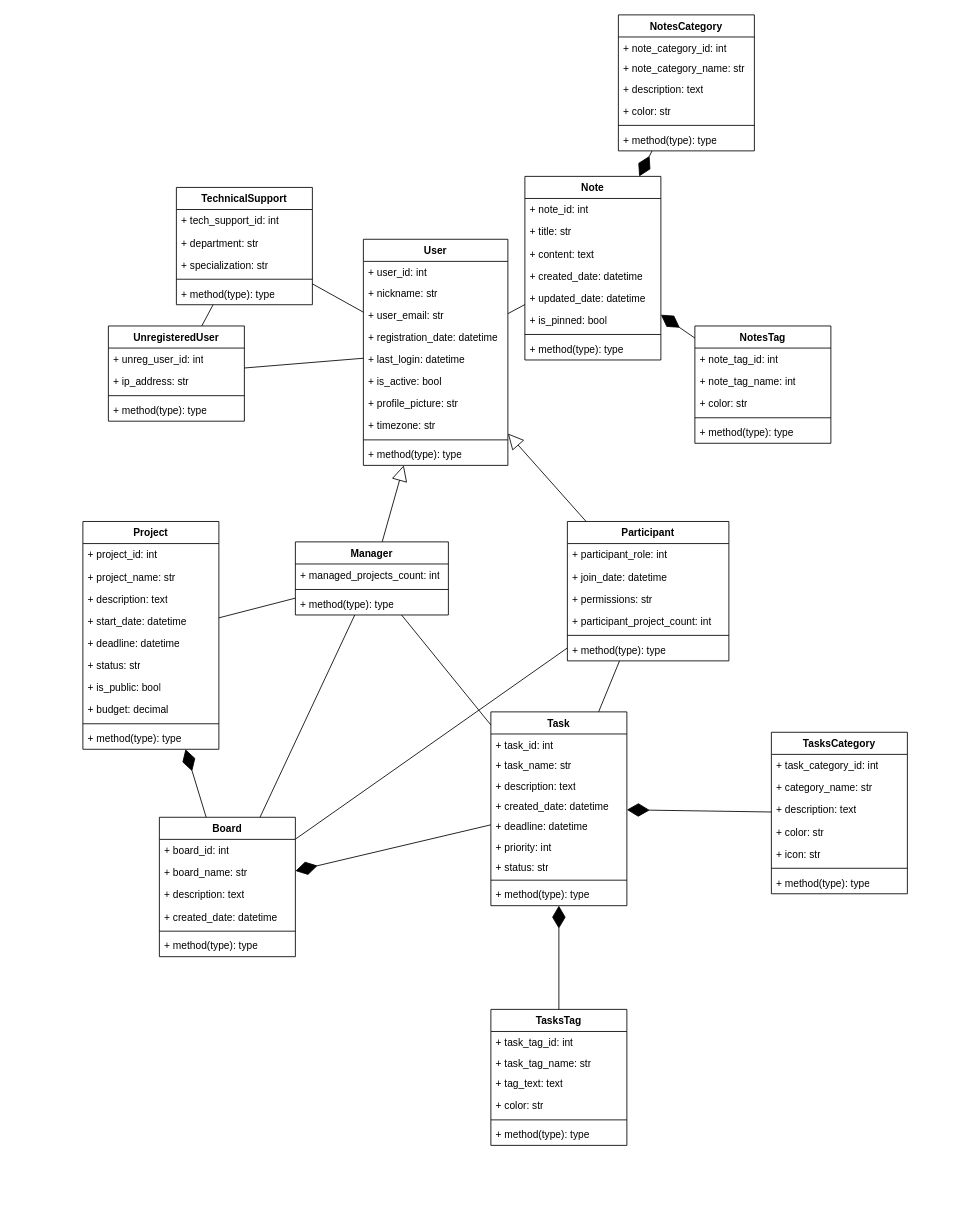
This is TRPO3.drawio.xml from diamko/Lab3, a draw.io file, before an edit. Source tidied: cells renumbered, new cells numbered last; positions are measured from the earlier drawing's top-left corner, leaving out a move shared by most shapes. Both pictures are drawn from the tidied source at 85%, with x=0, y=0 at pixel (82, 14).
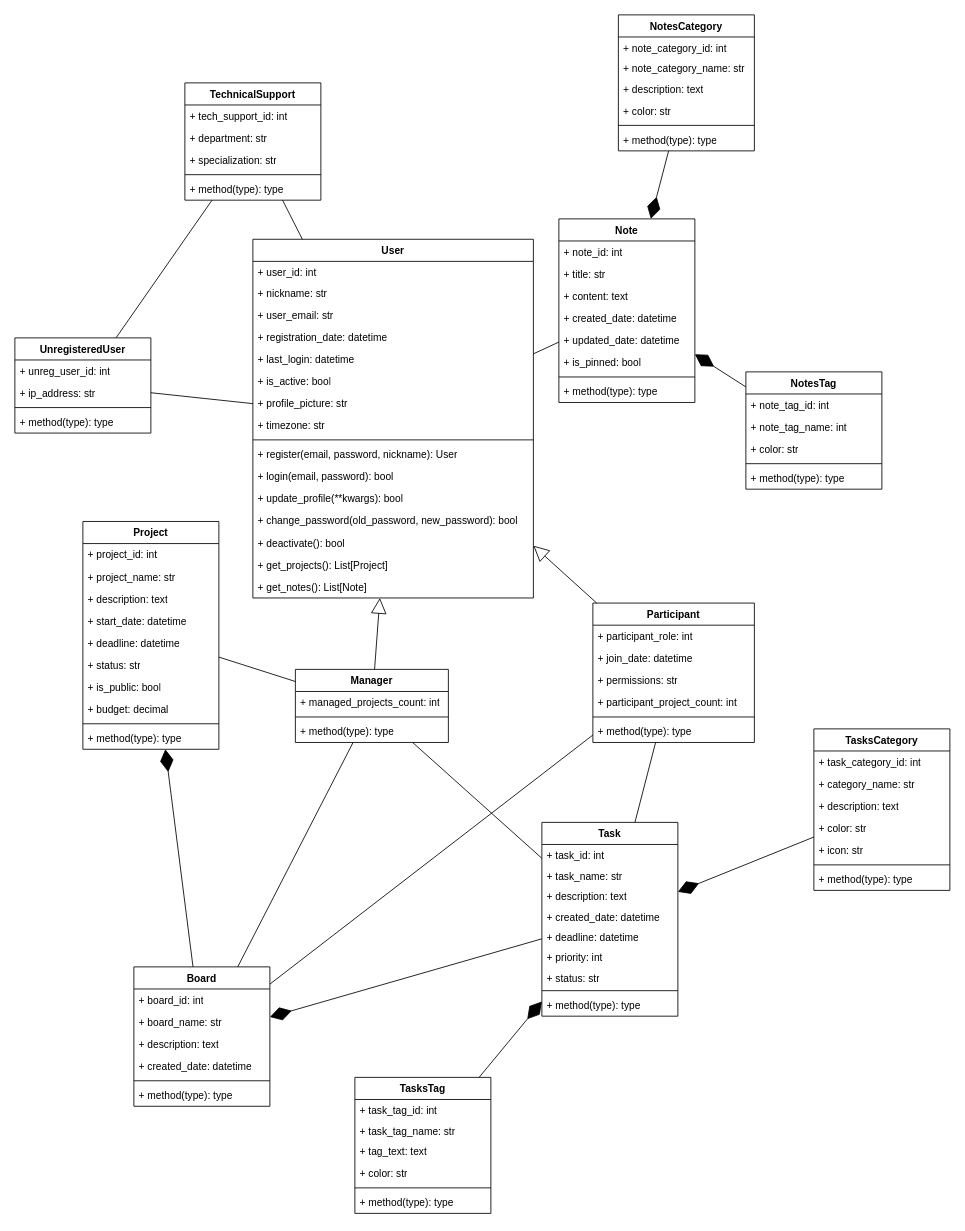
After the change.

The edit, as a diff of the source:
```diff
@@
     <mxCell id="2" value="Manager" style="swimlane;fontStyle=1;align=center;verticalAlign=top;horizontal=1;startSize=26;whiteSpace=wrap;html=1;" parent="1" vertex="1">
-      <mxGeometry x="250" y="620" width="180" height="86" as="geometry" />
+      <mxGeometry x="250" y="770" width="180" height="86" as="geometry" />
     </mxCell>
@@
     <mxCell id="6" value="User" style="swimlane;fontStyle=1;align=center;verticalAlign=top;horizontal=1;startSize=26;whiteSpace=wrap;html=1;" parent="1" vertex="1">
-      <mxGeometry x="330" y="264" width="170" height="266" as="geometry" />
+      <mxGeometry x="200" y="264" width="330" height="422" as="geometry" />
     </mxCell>
     <mxCell id="7" value="&lt;div&gt;+ user_id: int&amp;nbsp;&lt;/div&gt;&lt;div&gt;&lt;br&gt;&lt;/div&gt;&lt;div&gt;&lt;br&gt;&lt;/div&gt;" style="text;strokeColor=none;fillColor=none;align=left;verticalAlign=top;spacingLeft=4;spacingRight=4;overflow=hidden;whiteSpace=wrap;html=1;" parent="6" vertex="1">
-      <mxGeometry y="26" width="170" height="24" as="geometry" />
+      <mxGeometry y="26" width="330" height="24" as="geometry" />
     </mxCell>
     <mxCell id="8" value="+ nickname: str" style="text;strokeColor=none;fillColor=none;align=left;verticalAlign=top;spacingLeft=4;spacingRight=4;overflow=hidden;whiteSpace=wrap;html=1;" parent="6" vertex="1">
-      <mxGeometry y="50" width="170" height="26" as="geometry" />
+      <mxGeometry y="50" width="330" height="26" as="geometry" />
     </mxCell>
     <mxCell id="9" value="+ user_email: str" style="text;strokeColor=none;fillColor=none;align=left;verticalAlign=top;spacingLeft=4;spacingRight=4;overflow=hidden;whiteSpace=wrap;html=1;" parent="6" vertex="1">
-      <mxGeometry y="76" width="170" height="26" as="geometry" />
+      <mxGeometry y="76" width="330" height="26" as="geometry" />
     </mxCell>
     <mxCell id="10" value="+&amp;nbsp;registration_date: datetime" style="text;strokeColor=none;fillColor=none;align=left;verticalAlign=top;spacingLeft=4;spacingRight=4;overflow=hidden;whiteSpace=wrap;html=1;" parent="6" vertex="1">
-      <mxGeometry y="102" width="170" height="26" as="geometry" />
+      <mxGeometry y="102" width="330" height="26" as="geometry" />
     </mxCell>
     <mxCell id="11" value="+&amp;nbsp;last_login: datetime" style="text;strokeColor=none;fillColor=none;align=left;verticalAlign=top;spacingLeft=4;spacingRight=4;overflow=hidden;whiteSpace=wrap;html=1;" parent="6" vertex="1">
-      <mxGeometry y="128" width="170" height="26" as="geometry" />
+      <mxGeometry y="128" width="330" height="26" as="geometry" />
     </mxCell>
     <mxCell id="12" value="+&amp;nbsp;is_active: bool" style="text;strokeColor=none;fillColor=none;align=left;verticalAlign=top;spacingLeft=4;spacingRight=4;overflow=hidden;whiteSpace=wrap;html=1;" parent="6" vertex="1">
-      <mxGeometry y="154" width="170" height="26" as="geometry" />
+      <mxGeometry y="154" width="330" height="26" as="geometry" />
     </mxCell>
     <mxCell id="13" value="+&amp;nbsp;profile_picture: str&amp;nbsp;" style="text;strokeColor=none;fillColor=none;align=left;verticalAlign=top;spacingLeft=4;spacingRight=4;overflow=hidden;whiteSpace=wrap;html=1;" parent="6" vertex="1">
-      <mxGeometry y="180" width="170" height="26" as="geometry" />
+      <mxGeometry y="180" width="330" height="26" as="geometry" />
     </mxCell>
     <mxCell id="14" value="+&amp;nbsp;timezone: str" style="text;strokeColor=none;fillColor=none;align=left;verticalAlign=top;spacingLeft=4;spacingRight=4;overflow=hidden;whiteSpace=wrap;html=1;" parent="6" vertex="1">
-      <mxGeometry y="206" width="170" height="26" as="geometry" />
+      <mxGeometry y="206" width="330" height="26" as="geometry" />
     </mxCell>
     <mxCell id="15" style="line;strokeWidth=1;fillColor=none;align=left;verticalAlign=middle;spacingTop=-1;spacingLeft=3;spacingRight=3;labelPosition=right;strokeColor=inherit;" parent="6" vertex="1">
-      <mxGeometry y="232" width="170" height="8" as="geometry" />
+      <mxGeometry y="232" width="330" height="8" as="geometry" />
     </mxCell>
+    <mxCell id="117" value="+ register(email, password, nickname): User" style="text;strokeColor=none;fillColor=none;align=left;verticalAlign=top;spacingLeft=4;spacingRight=4;overflow=hidden;whiteSpace=wrap;html=1;" parent="6" vertex="1">
+      <mxGeometry y="240" width="330" height="26" as="geometry" />
+    </mxCell>
+    <mxCell id="118" value="+ login(email, password): bool" style="text;strokeColor=none;fillColor=none;align=left;verticalAlign=top;spacingLeft=4;spacingRight=4;overflow=hidden;whiteSpace=wrap;html=1;" parent="6" vertex="1">
+      <mxGeometry y="266" width="330" height="26" as="geometry" />
+    </mxCell>
-    <mxCell id="16" value="+ method(type): type" style="text;strokeColor=none;fillColor=none;align=left;verticalAlign=top;spacingLeft=4;spacingRight=4;overflow=hidden;whiteSpace=wrap;html=1;" parent="6" vertex="1">
-      <mxGeometry y="240" width="170" height="26" as="geometry" />
+    <mxCell id="16" value="+ update_profile(**kwargs): bool" style="text;strokeColor=none;fillColor=none;align=left;verticalAlign=top;spacingLeft=4;spacingRight=4;overflow=hidden;whiteSpace=wrap;html=1;" parent="6" vertex="1">
+      <mxGeometry y="292" width="330" height="26" as="geometry" />
     </mxCell>
+    <mxCell id="119" value="+ change_password(old_password, new_password): bool" style="text;strokeColor=none;fillColor=none;align=left;verticalAlign=top;spacingLeft=4;spacingRight=4;overflow=hidden;whiteSpace=wrap;html=1;" parent="6" vertex="1">
+      <mxGeometry y="318" width="330" height="26" as="geometry" />
+    </mxCell>
+    <mxCell id="120" value="+ deactivate(): bool" style="text;strokeColor=none;fillColor=none;align=left;verticalAlign=top;spacingLeft=4;spacingRight=4;overflow=hidden;whiteSpace=wrap;html=1;" parent="6" vertex="1">
+      <mxGeometry y="344" width="330" height="26" as="geometry" />
+    </mxCell>
+    <mxCell id="121" value="+ get_projects(): List[Project]" style="text;strokeColor=none;fillColor=none;align=left;verticalAlign=top;spacingLeft=4;spacingRight=4;overflow=hidden;whiteSpace=wrap;html=1;" parent="6" vertex="1">
+      <mxGeometry y="370" width="330" height="26" as="geometry" />
+    </mxCell>
+    <mxCell id="122" value="+ get_notes(): List[Note]" style="text;strokeColor=none;fillColor=none;align=left;verticalAlign=top;spacingLeft=4;spacingRight=4;overflow=hidden;whiteSpace=wrap;html=1;" parent="6" vertex="1">
+      <mxGeometry y="396" width="330" height="26" as="geometry" />
+    </mxCell>
     <mxCell id="17" value="&lt;span style=&quot;white-space: pre-wrap;&quot; class=&quot;aNeGP0gI0B9AV8JaHPyH&quot;&gt;Participant&lt;/span&gt;" style="swimlane;fontStyle=1;align=center;verticalAlign=top;horizontal=1;startSize=26;whiteSpace=wrap;html=1;" parent="1" vertex="1">
-      <mxGeometry x="570" y="596" width="190" height="164" as="geometry" />
+      <mxGeometry x="600" y="692" width="190" height="164" as="geometry" />
     </mxCell>
@@
     <mxCell id="24" value="UnregisteredUser" style="swimlane;fontStyle=1;align=center;verticalAlign=top;horizontal=1;startSize=26;whiteSpace=wrap;html=1;" parent="1" vertex="1">
-      <mxGeometry x="30" y="366" width="160" height="112" as="geometry" />
+      <mxGeometry x="-80" y="380" width="160" height="112" as="geometry" />
     </mxCell>
@@
     <mxCell id="29" value="TechnicalSupport" style="swimlane;fontStyle=1;align=center;verticalAlign=top;horizontal=1;startSize=26;whiteSpace=wrap;html=1;" parent="1" vertex="1">
-      <mxGeometry x="110" y="203" width="160" height="138" as="geometry" />
+      <mxGeometry x="120" y="80" width="160" height="138" as="geometry" />
     </mxCell>
@@
     <mxCell id="46" value="Board" style="swimlane;fontStyle=1;align=center;verticalAlign=top;horizontal=1;startSize=26;whiteSpace=wrap;html=1;" parent="1" vertex="1">
-      <mxGeometry x="90" y="944" width="160" height="164" as="geometry" />
+      <mxGeometry x="60" y="1120" width="160" height="164" as="geometry" />
     </mxCell>
@@
     <mxCell id="53" value="Note" style="swimlane;fontStyle=1;align=center;verticalAlign=top;horizontal=1;startSize=26;whiteSpace=wrap;html=1;" parent="1" vertex="1">
-      <mxGeometry x="520" y="190" width="160" height="216" as="geometry" />
+      <mxGeometry x="560" y="240" width="160" height="216" as="geometry" />
     </mxCell>
@@
     <mxCell id="62" value="Task" style="swimlane;fontStyle=1;align=center;verticalAlign=top;horizontal=1;startSize=26;whiteSpace=wrap;html=1;" parent="1" vertex="1">
-      <mxGeometry x="480" y="820" width="160" height="228" as="geometry" />
+      <mxGeometry x="540" y="950" width="160" height="228" as="geometry" />
     </mxCell>
@@
     <mxCell id="85" value="TasksTag" style="swimlane;fontStyle=1;align=center;verticalAlign=top;horizontal=1;startSize=26;whiteSpace=wrap;html=1;" parent="1" vertex="1">
-      <mxGeometry x="480" y="1170" width="160" height="160" as="geometry" />
+      <mxGeometry x="320" y="1250" width="160" height="160" as="geometry" />
     </mxCell>
@@
     <mxCell id="92" value="TasksCategory" style="swimlane;fontStyle=1;align=center;verticalAlign=top;horizontal=1;startSize=26;whiteSpace=wrap;html=1;" parent="1" vertex="1">
-      <mxGeometry x="810" y="844" width="160" height="190" as="geometry" />
+      <mxGeometry x="860" y="840" width="160" height="190" as="geometry" />
     </mxCell>
@@
     <mxCell id="102" value="NotesTag" style="swimlane;fontStyle=1;align=center;verticalAlign=top;horizontal=1;startSize=26;whiteSpace=wrap;html=1;" parent="1" vertex="1">
-      <mxGeometry x="720" y="366" width="160" height="138" as="geometry" />
+      <mxGeometry x="780" y="420" width="160" height="138" as="geometry" />
     </mxCell>
```
